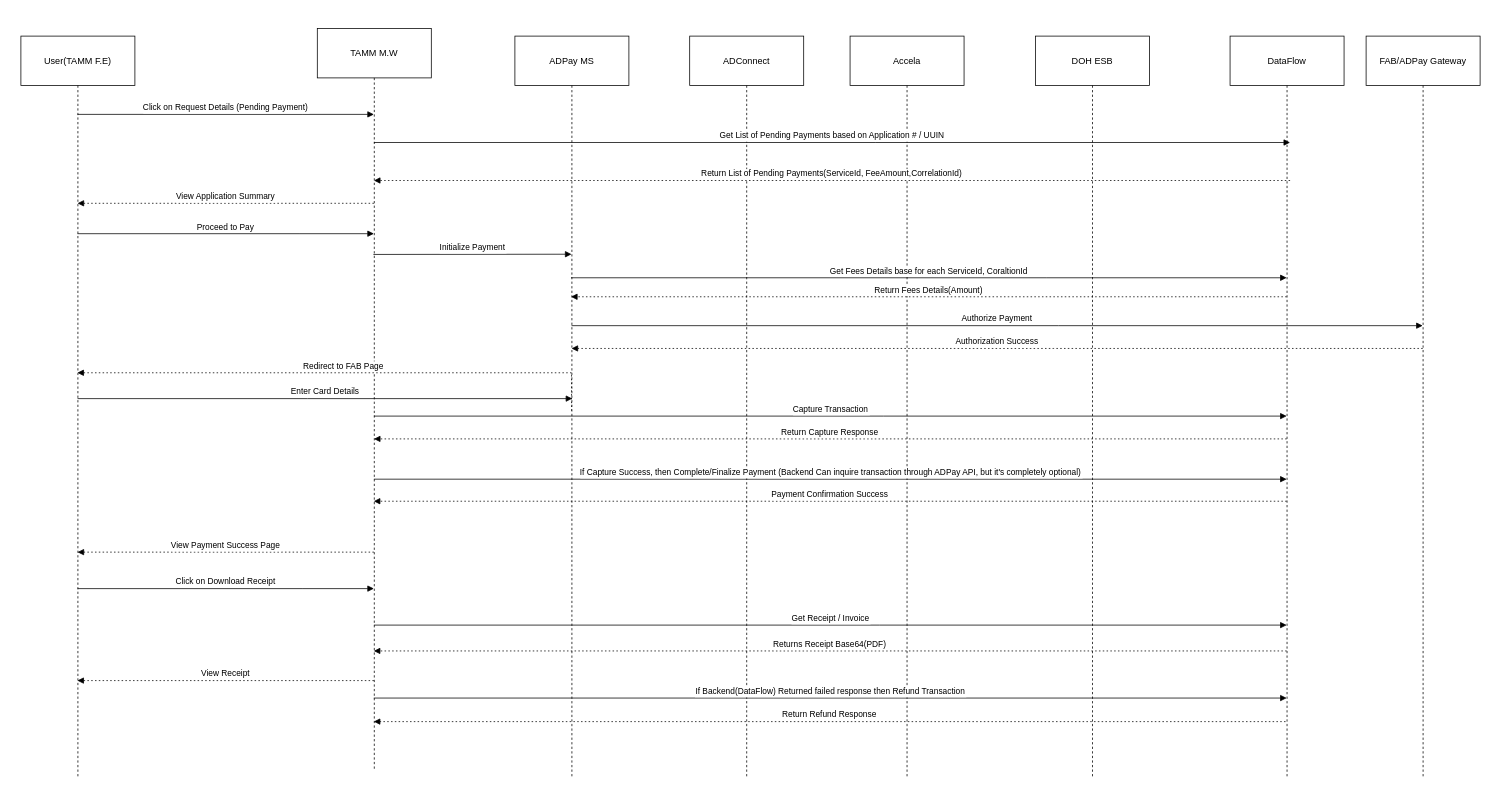
Earlier version of the draw.io diagram DataFlow Payment.drawio (sajjad419/architecture-diagrams). Source tidied: cells renumbered, new cells numbered last; positions are measured from the earlier drawing's top-left corner, leaving out a move shared by most shapes. Both pictures are drawn from the tidied source at 76%, with x=0, y=0 at pixel (21, 28).
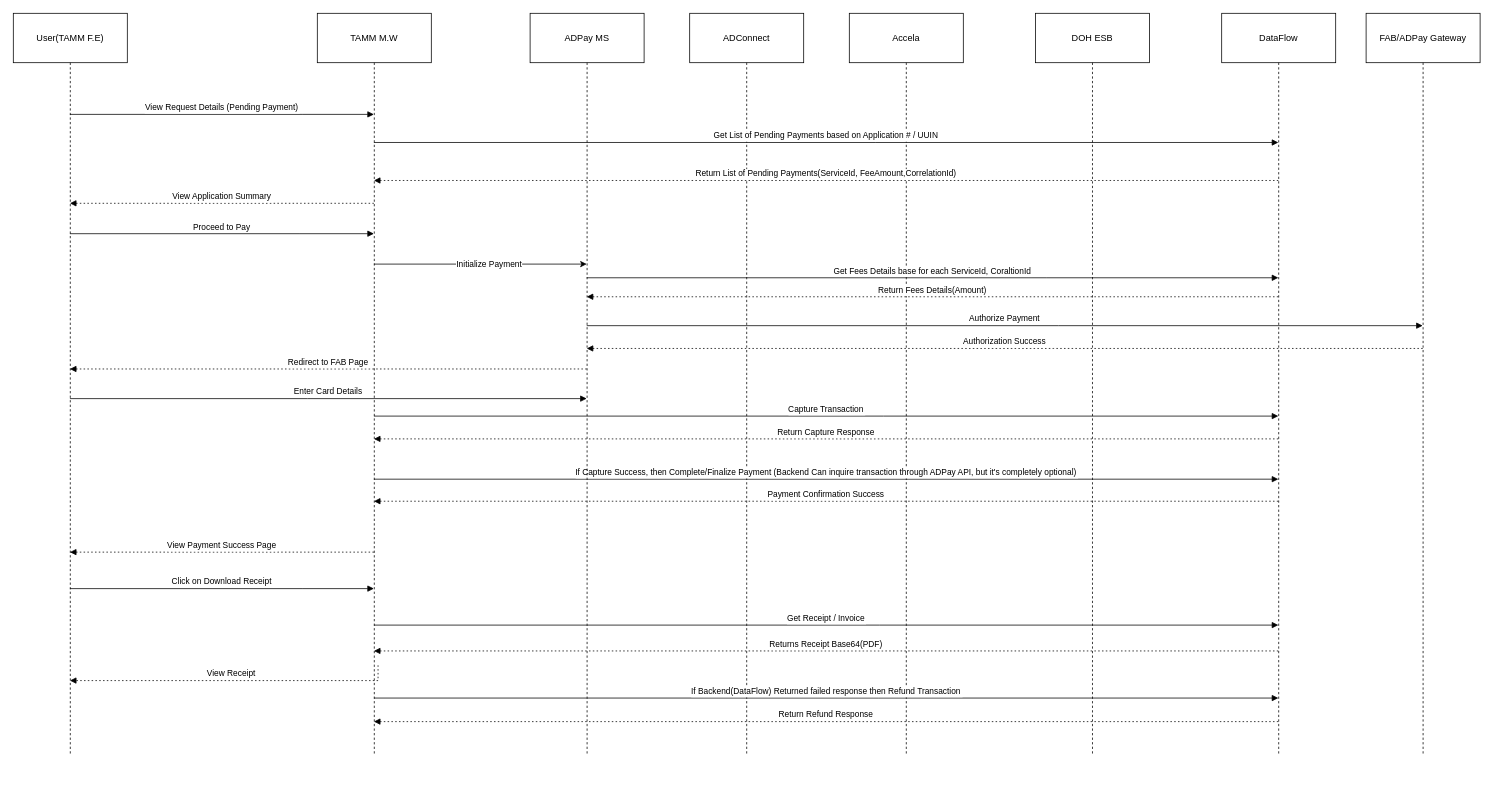
After the change.

The edit, as a diff of the source:
```diff
@@
     <mxCell id="2" value="User(TAMM F.E)" style="shape=umlLifeline;perimeter=lifelinePerimeter;whiteSpace=wrap;outlineConnect=0;portConstraint=eastwest;newEdgeStyle={&quot;edgeStyle&quot;:&quot;elbowEdgeStyle&quot;,&quot;elbow&quot;:&quot;vertical&quot;,&quot;curved&quot;:0,&quot;rounded&quot;:0};size=65;" parent="1" vertex="1">
-      <mxGeometry y="10" width="150" height="976" as="geometry" />
+      <mxGeometry x="-10" y="-20" width="150" height="976" as="geometry" />
     </mxCell>
+    <mxCell id="33" style="edgeStyle=elbowEdgeStyle;rounded=0;jettySize=auto;html=1;elbow=vertical;curved=0;" parent="1" edge="1" source="3" target="21">
+      <mxGeometry relative="1" as="geometry">
+        <Array as="points">
+          <mxPoint x="600" y="310" />
+        </Array>
+      </mxGeometry>
+    </mxCell>
+    <mxCell id="22" value="Initialize Payment" style="edgeLabel;html=1;align=center;verticalAlign=middle;" parent="33" vertex="1">
+      <mxGeometry x="0.08" y="1" relative="1" as="geometry" />
+    </mxCell>
     <mxCell id="3" value="TAMM M.W" style="shape=umlLifeline;perimeter=lifelinePerimeter;whiteSpace=wrap;outlineConnect=0;portConstraint=eastwest;newEdgeStyle={&quot;edgeStyle&quot;:&quot;elbowEdgeStyle&quot;,&quot;elbow&quot;:&quot;vertical&quot;,&quot;curved&quot;:0,&quot;rounded&quot;:0};size=65;" parent="1" vertex="1">
-      <mxGeometry x="390" width="150" height="976" as="geometry" />
+      <mxGeometry x="390" y="-20" width="150" height="976" as="geometry" />
     </mxCell>
     <mxCell id="4" value="ADConnect" style="shape=umlLifeline;perimeter=lifelinePerimeter;whiteSpace=wrap;newEdgeStyle={&quot;edgeStyle&quot;:&quot;elbowEdgeStyle&quot;,&quot;elbow&quot;:&quot;vertical&quot;,&quot;curved&quot;:0,&quot;rounded&quot;:0};size=65;" parent="1" vertex="1">
-      <mxGeometry x="880" y="10" width="150" height="976" as="geometry" />
+      <mxGeometry x="880" y="-20" width="150" height="976" as="geometry" />
     </mxCell>
     <mxCell id="5" value="Accela" style="shape=umlLifeline;perimeter=lifelinePerimeter;whiteSpace=wrap;newEdgeStyle={&quot;edgeStyle&quot;:&quot;elbowEdgeStyle&quot;,&quot;elbow&quot;:&quot;vertical&quot;,&quot;curved&quot;:0,&quot;rounded&quot;:0};size=65;" parent="1" vertex="1">
-      <mxGeometry x="1091" y="10" width="150" height="976" as="geometry" />
+      <mxGeometry x="1090" y="-20" width="150" height="976" as="geometry" />
     </mxCell>
     <mxCell id="6" value="DOH ESB" style="shape=umlLifeline;perimeter=lifelinePerimeter;whiteSpace=wrap;newEdgeStyle={&quot;edgeStyle&quot;:&quot;elbowEdgeStyle&quot;,&quot;elbow&quot;:&quot;vertical&quot;,&quot;curved&quot;:0,&quot;rounded&quot;:0};size=65;" parent="1" vertex="1">
-      <mxGeometry x="1335" y="10" width="150" height="976" as="geometry" />
+      <mxGeometry x="1335" y="-20" width="150" height="976" as="geometry" />
     </mxCell>
     <mxCell id="7" value="DataFlow" style="shape=umlLifeline;perimeter=lifelinePerimeter;whiteSpace=wrap;outlineConnect=0;portConstraint=eastwest;newEdgeStyle={&quot;edgeStyle&quot;:&quot;elbowEdgeStyle&quot;,&quot;elbow&quot;:&quot;vertical&quot;,&quot;curved&quot;:0,&quot;rounded&quot;:0};size=65;" parent="1" vertex="1">
-      <mxGeometry x="1591" y="10" width="150" height="976" as="geometry" />
+      <mxGeometry x="1580" y="-20" width="150" height="976" as="geometry" />
     </mxCell>
-    <mxCell id="8" value="Click on Request Details (Pending Payment)" style="verticalAlign=bottom;edgeStyle=elbowEdgeStyle;elbow=vertical;curved=0;rounded=0;endArrow=block;" parent="1" edge="1" source="2" target="3">
+    <mxCell id="8" value="View Request Details (Pending Payment)" style="verticalAlign=bottom;edgeStyle=elbowEdgeStyle;elbow=vertical;curved=0;rounded=0;endArrow=block;" parent="1" edge="1" source="2" target="3">
       <mxGeometry relative="1" as="geometry">
         <Array as="points">
           <mxPoint x="370" y="113" />
         </Array>
       </mxGeometry>
     </mxCell>
-    <mxCell id="9" value="Return Fees Details(Amount)" style="verticalAlign=bottom;edgeStyle=elbowEdgeStyle;elbow=vertical;curved=0;rounded=0;dashed=1;dashPattern=2 3;endArrow=block;" parent="1" edge="1">
+    <mxCell id="9" value="Return Fees Details(Amount)" style="verticalAlign=bottom;edgeStyle=elbowEdgeStyle;elbow=vertical;curved=0;rounded=0;dashed=1;dashPattern=2 3;endArrow=block;" parent="1" edge="1" source="7" target="21">
       <mxGeometry relative="1" as="geometry">
-        <mxPoint x="1665.5" y="353" as="sourcePoint" />
-        <mxPoint x="723.8" y="353" as="targetPoint" />
         <Array as="points">
           <mxPoint x="1300" y="353" />
         </Array>
       </mxGeometry>
     </mxCell>
@@
-    <mxCell id="11" value="Payment Confirmation Success" style="verticalAlign=bottom;edgeStyle=elbowEdgeStyle;elbow=vertical;curved=0;rounded=0;dashed=1;dashPattern=2 3;endArrow=block;" parent="1" edge="1">
+    <mxCell id="11" value="Payment Confirmation Success" style="verticalAlign=bottom;edgeStyle=elbowEdgeStyle;elbow=vertical;curved=0;rounded=0;dashed=1;dashPattern=2 3;endArrow=block;" parent="1" edge="1" source="7" target="3">
       <mxGeometry relative="1" as="geometry">
-        <mxPoint x="1665.5" y="622" as="sourcePoint" />
-        <mxPoint x="464.3" y="622" as="targetPoint" />
         <Array as="points">
           <mxPoint x="1133" y="622" />
         </Array>
       </mxGeometry>
     </mxCell>
@@
-    <mxCell id="15" value="Returns Receipt Base64(PDF)" style="verticalAlign=bottom;edgeStyle=elbowEdgeStyle;elbow=vertical;curved=0;rounded=0;dashed=1;dashPattern=2 3;endArrow=block;" parent="1" edge="1">
+    <mxCell id="15" value="Returns Receipt Base64(PDF)" style="verticalAlign=bottom;edgeStyle=elbowEdgeStyle;elbow=vertical;curved=0;rounded=0;dashed=1;dashPattern=2 3;endArrow=block;" parent="1" edge="1" source="7" target="3">
       <mxGeometry relative="1" as="geometry">
-        <mxPoint x="1665.5" y="819" as="sourcePoint" />
-        <mxPoint x="464.3" y="819" as="targetPoint" />
         <Array as="points">
           <mxPoint x="1133" y="819" />
         </Array>
       </mxGeometry>
     </mxCell>
-    <mxCell id="16" value="View Receipt" style="verticalAlign=bottom;edgeStyle=elbowEdgeStyle;elbow=vertical;curved=0;rounded=0;dashed=1;dashPattern=2 3;endArrow=block;" parent="1" edge="1">
+    <mxCell id="16" value="View Receipt" style="verticalAlign=bottom;edgeStyle=elbowEdgeStyle;elbow=vertical;curved=0;rounded=0;dashed=1;dashPattern=2 3;endArrow=block;exitX=0.533;exitY=0.879;exitDx=0;exitDy=0;exitPerimeter=0;" parent="1" edge="1" source="3" target="2">
       <mxGeometry relative="1" as="geometry">
-        <mxPoint x="464.5" y="858" as="sourcePoint" />
-        <mxPoint x="74.3" y="858" as="targetPoint" />
         <Array as="points">
           <mxPoint x="373" y="858" />
         </Array>
       </mxGeometry>
     </mxCell>
-    <mxCell id="17" value="Get List of Pending Payments based on Application # / UUIN" style="verticalAlign=bottom;edgeStyle=elbowEdgeStyle;elbow=vertical;curved=0;rounded=0;endArrow=block;" parent="1" edge="1" source="3">
+    <mxCell id="17" value="Get List of Pending Payments based on Application # / UUIN" style="verticalAlign=bottom;edgeStyle=elbowEdgeStyle;elbow=vertical;curved=0;rounded=0;endArrow=block;" parent="1" edge="1" source="3" target="7">
       <mxGeometry relative="1" as="geometry">
-        <mxPoint x="1670" y="150" as="targetPoint" />
         <Array as="points">
           <mxPoint x="1124" y="150" />
         </Array>
       </mxGeometry>
     </mxCell>
-    <mxCell id="18" value="Return List of Pending Payments(ServiceId, FeeAmount,CorrelationId)" style="verticalAlign=bottom;edgeStyle=elbowEdgeStyle;elbow=vertical;curved=0;rounded=0;dashed=1;dashPattern=2 3;endArrow=block;" parent="1" edge="1" target="3">
+    <mxCell id="18" value="Return List of Pending Payments(ServiceId, FeeAmount,CorrelationId)" style="verticalAlign=bottom;edgeStyle=elbowEdgeStyle;elbow=vertical;curved=0;rounded=0;dashed=1;dashPattern=2 3;endArrow=block;" parent="1" edge="1" source="7" target="3">
       <mxGeometry relative="1" as="geometry">
-        <mxPoint x="1670" y="200" as="sourcePoint" />
         <Array as="points">
           <mxPoint x="1137" y="200" />
         </Array>
       </mxGeometry>
     </mxCell>
@@
     <mxCell id="21" value="ADPay MS" style="shape=umlLifeline;perimeter=lifelinePerimeter;whiteSpace=wrap;outlineConnect=0;portConstraint=eastwest;newEdgeStyle={&quot;edgeStyle&quot;:&quot;elbowEdgeStyle&quot;,&quot;elbow&quot;:&quot;vertical&quot;,&quot;curved&quot;:0,&quot;rounded&quot;:0};size=65;" parent="1" vertex="1">
-      <mxGeometry x="650" y="10" width="150" height="976" as="geometry" />
+      <mxGeometry x="670" y="-20" width="150" height="976" as="geometry" />
     </mxCell>
-    <mxCell id="22" value="Initialize Payment" style="verticalAlign=bottom;edgeStyle=elbowEdgeStyle;elbow=vertical;curved=0;rounded=0;endArrow=block;" parent="1" edge="1">
-      <mxGeometry relative="1" as="geometry">
-        <mxPoint x="463.8" y="297.3" as="sourcePoint" />
-        <mxPoint x="724.5" y="297.3" as="targetPoint" />
-      </mxGeometry>
-    </mxCell>
-    <mxCell id="23" value="Redirect to FAB Page" style="verticalAlign=bottom;edgeStyle=elbowEdgeStyle;elbow=vertical;curved=0;rounded=0;dashed=1;dashPattern=2 3;endArrow=block;" parent="1" edge="1">
-      <mxGeometry relative="1" as="geometry">
-        <mxPoint x="724.5" y="503" as="sourcePoint" />
-        <mxPoint x="74.3" y="453" as="targetPoint" />
-        <Array as="points">
-          <mxPoint x="740" y="453" />
-        </Array>
-      </mxGeometry>
-    </mxCell>
-    <mxCell id="24" value="Enter Card Details" style="verticalAlign=bottom;edgeStyle=elbowEdgeStyle;elbow=vertical;curved=0;rounded=0;endArrow=block;" parent="1" edge="1" source="2">
+    <mxCell id="24" value="Enter Card Details" style="verticalAlign=bottom;edgeStyle=elbowEdgeStyle;elbow=vertical;curved=0;rounded=0;endArrow=block;" parent="1" edge="1" source="2" target="21">
       <mxGeometry relative="1" as="geometry">
-        <mxPoint x="725.5" y="487" as="targetPoint" />
         <Array as="points">
           <mxPoint x="377" y="487" />
         </Array>
       </mxGeometry>
     </mxCell>
-    <mxCell id="25" value="Get Fees Details base for each ServiceId, CoraltionId" style="verticalAlign=bottom;edgeStyle=elbowEdgeStyle;elbow=vertical;curved=0;rounded=0;endArrow=block;" parent="1" edge="1">
+    <mxCell id="25" value="Get Fees Details base for each ServiceId, CoraltionId" style="verticalAlign=bottom;edgeStyle=elbowEdgeStyle;elbow=vertical;curved=0;rounded=0;endArrow=block;" parent="1" edge="1" source="21" target="7">
       <mxGeometry relative="1" as="geometry">
-        <mxPoint x="723.8" y="328" as="sourcePoint" />
-        <mxPoint x="1665.5" y="328" as="targetPoint" />
         <Array as="points">
           <mxPoint x="1349" y="328" />
         </Array>
       </mxGeometry>
     </mxCell>
     <mxCell id="26" value="FAB/ADPay Gateway" style="shape=umlLifeline;perimeter=lifelinePerimeter;whiteSpace=wrap;outlineConnect=0;portConstraint=eastwest;newEdgeStyle={&quot;edgeStyle&quot;:&quot;elbowEdgeStyle&quot;,&quot;elbow&quot;:&quot;vertical&quot;,&quot;curved&quot;:0,&quot;rounded&quot;:0};size=65;" parent="1" vertex="1">
-      <mxGeometry x="1770" y="10" width="150" height="976" as="geometry" />
+      <mxGeometry x="1770" y="-20" width="150" height="976" as="geometry" />
     </mxCell>
-    <mxCell id="27" value="Authorize Payment" style="verticalAlign=bottom;edgeStyle=elbowEdgeStyle;elbow=vertical;curved=0;rounded=0;endArrow=block;" parent="1" edge="1" source="21">
+    <mxCell id="27" value="Authorize Payment" style="verticalAlign=bottom;edgeStyle=elbowEdgeStyle;elbow=vertical;curved=0;rounded=0;endArrow=block;" parent="1" edge="1" source="21" target="26">
       <mxGeometry relative="1" as="geometry">
-        <mxPoint x="1844.5" y="391" as="targetPoint" />
         <Array as="points">
           <mxPoint x="1365" y="391" />
         </Array>
       </mxGeometry>
     </mxCell>
-    <mxCell id="28" value="Authorization Success" style="verticalAlign=bottom;edgeStyle=elbowEdgeStyle;elbow=vertical;curved=0;rounded=0;dashed=1;dashPattern=2 3;endArrow=block;" parent="1" edge="1" target="21">
+    <mxCell id="28" value="Authorization Success" style="verticalAlign=bottom;edgeStyle=elbowEdgeStyle;elbow=vertical;curved=0;rounded=0;dashed=1;dashPattern=2 3;endArrow=block;" parent="1" edge="1" source="26" target="21">
       <mxGeometry relative="1" as="geometry">
-        <mxPoint x="1844.5" y="421" as="sourcePoint" />
         <Array as="points">
           <mxPoint x="1359" y="421" />
         </Array>
       </mxGeometry>
     </mxCell>
@@
-    <mxCell id="31" value="If Backend(DataFlow) Returned failed response then Refund Transaction" style="verticalAlign=bottom;edgeStyle=elbowEdgeStyle;elbow=vertical;curved=0;rounded=0;endArrow=block;" parent="1" edge="1">
+    <mxCell id="31" value="If Backend(DataFlow) Returned failed response then Refund Transaction" style="verticalAlign=bottom;edgeStyle=elbowEdgeStyle;elbow=vertical;curved=0;rounded=0;endArrow=block;" parent="1" edge="1" source="3" target="7">
       <mxGeometry relative="1" as="geometry">
-        <mxPoint x="464.3" y="881" as="sourcePoint" />
-        <mxPoint x="1665.5" y="881" as="targetPoint" />
         <Array as="points">
           <mxPoint x="1128" y="881" />
         </Array>
       </mxGeometry>
     </mxCell>
-    <mxCell id="32" value="Return Refund Response" style="verticalAlign=bottom;edgeStyle=elbowEdgeStyle;elbow=vertical;curved=0;rounded=0;dashed=1;dashPattern=2 3;endArrow=block;" parent="1" edge="1">
+    <mxCell id="32" value="Return Refund Response" style="verticalAlign=bottom;edgeStyle=elbowEdgeStyle;elbow=vertical;curved=0;rounded=0;dashed=1;dashPattern=2 3;endArrow=block;" parent="1" edge="1" source="7" target="3">
       <mxGeometry relative="1" as="geometry">
-        <mxPoint x="1664" y="912" as="sourcePoint" />
-        <mxPoint x="464.3" y="912" as="targetPoint" />
         <Array as="points">
           <mxPoint x="1131" y="912" />
         </Array>
       </mxGeometry>
     </mxCell>
+    <mxCell id="23" value="Redirect to FAB Page" style="verticalAlign=bottom;edgeStyle=elbowEdgeStyle;elbow=vertical;curved=0;rounded=0;dashed=1;dashPattern=2 3;endArrow=block;" parent="1" edge="1" source="21" target="2">
+      <mxGeometry relative="1" as="geometry">
+        <Array as="points">
+          <mxPoint x="375" y="448" />
+        </Array>
+      </mxGeometry>
+    </mxCell>
```
